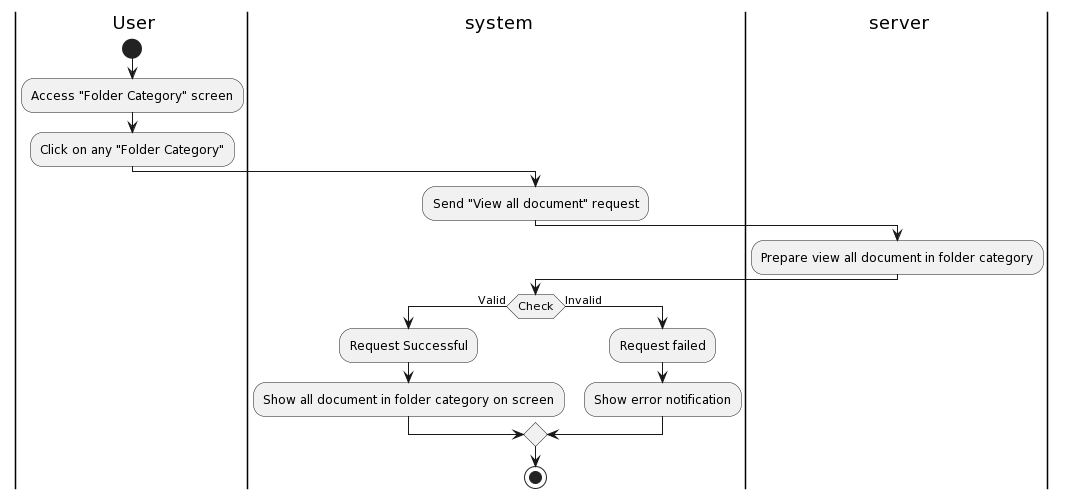
This is Lab1/Lab1.2/Activity Diagram/FolderCategory/ViewAllDocumentInFolderCategory/ViewAllDocumentInFolderCategory.png from khoapham1003/SE357-Pratice-class, a PlantUML export, as it was before one commit. The source it was exported from:
```plantuml
@startuml
|a| User
|sys| system
|ser| server
|a|
start
:Access "Folder Category" screen;
:Click on any "Folder Category";
|sys|
:Send "View all document" request;
|ser|
:Prepare view all document in folder category;
|sys|
if(Check) then (Valid)
:Request Successful;
:Show all document in folder category on screen;
else (Invalid)
:Request failed;
:Show error notification;
endif

stop
@enduml
```
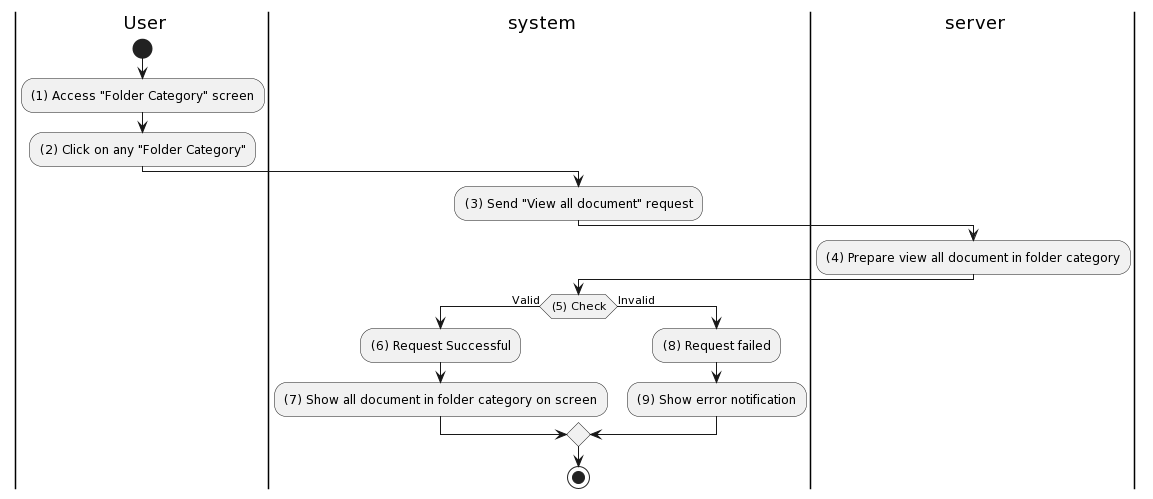
Later version of the same file.

Diff of the diagram source:
```diff
@@ -4,19 +4,19 @@
 |ser| server
 |a|
 start
-:Access "Folder Category" screen;
-:Click on any "Folder Category";
+:(1) Access "Folder Category" screen;
+:(2) Click on any "Folder Category";
 |sys|
-:Send "View all document" request;
+:(3) Send "View all document" request;
 |ser|
-:Prepare view all document in folder category;
+:(4) Prepare view all document in folder category;
 |sys|
-if(Check) then (Valid)
-:Request Successful;
-:Show all document in folder category on screen;
+if((5) Check) then (Valid)
+:(6) Request Successful;
+:(7) Show all document in folder category on screen;
 else (Invalid)
-:Request failed;
-:Show error notification;
+:(8) Request failed;
+:(9) Show error notification;
 endif
 
 stop
```
